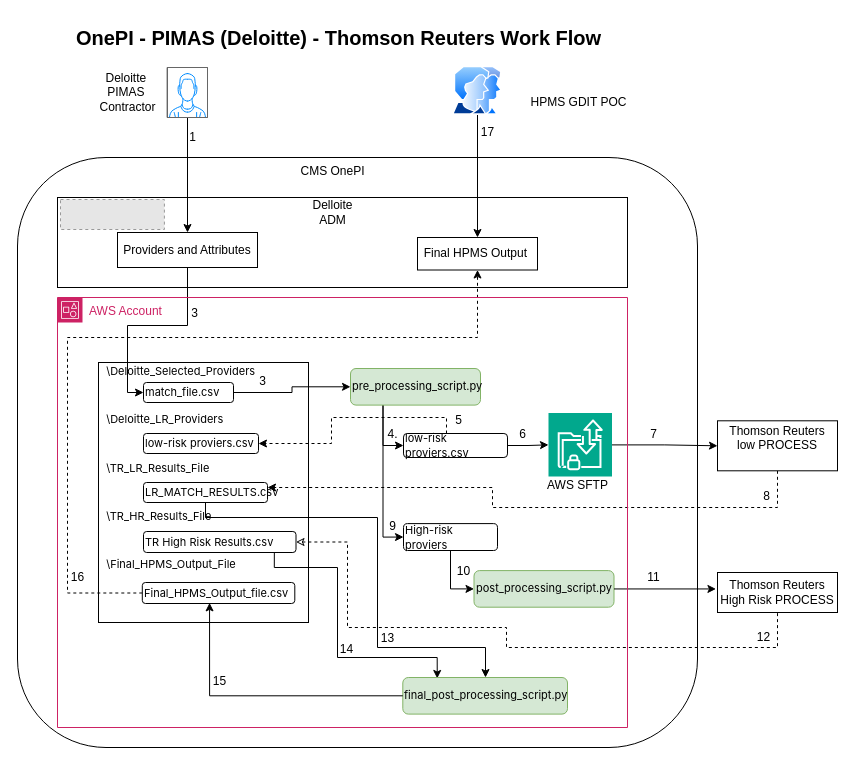
Before: v1/PIMAS.drawio in mail2tvskc/abc, a draw.io diagram. Source tidied: cells renumbered, new cells numbered last; positions are measured from the earlier drawing's top-left corner, leaving out a move shared by most shapes. Both pictures are drawn from the tidied source at 100%, with x=0, y=0 at pixel (17, 17). Pictures stored in the file or linked from it are replaced by grey dashed boxes.
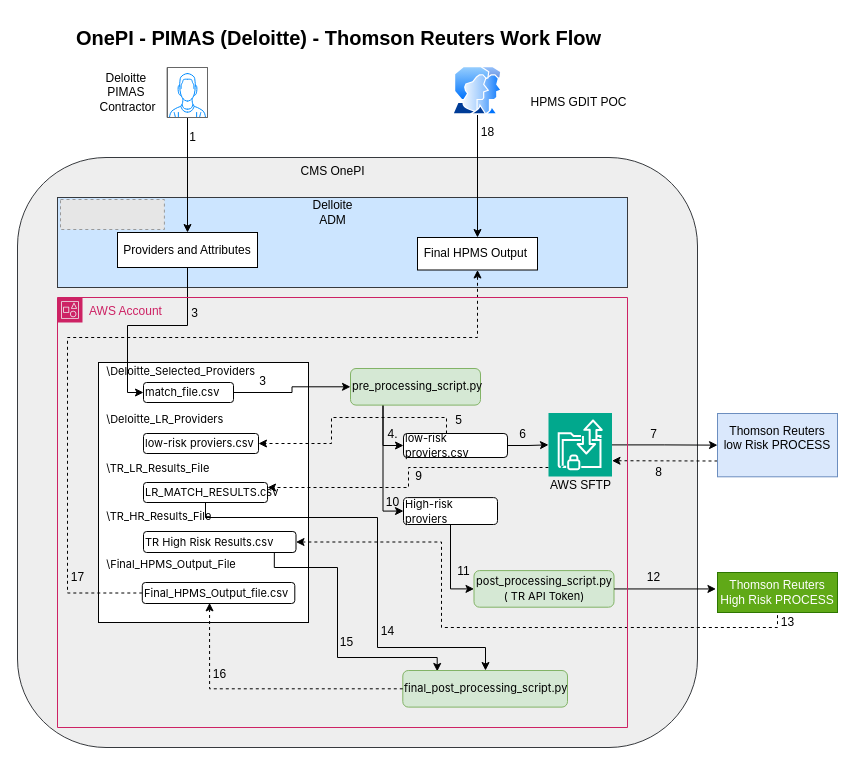
The same diagram, later.

The change refers to these unchanged cells:
```xml
<mxCell id="9" value="&lt;font face=&quot;-apple-system, BlinkMacSystemFont, Segoe UI, system-ui, Apple Color Emoji, Segoe UI Emoji, Segoe UI Web, sans-serif&quot;&gt;&lt;span style=&quot;font-size: 11px; white-space-collapse: preserve;&quot;&gt;LR_MATCH_RESULTS.csv&lt;/span&gt;&lt;/font&gt;" style="rounded=1;whiteSpace=wrap;html=1;align=left;" parent="1" vertex="1">
  <mxGeometry x="126" y="465" width="124" height="20" as="geometry" />
</mxCell>
<mxCell id="12" value="&lt;font face=&quot;-apple-system, BlinkMacSystemFont, Segoe UI, system-ui, Apple Color Emoji, Segoe UI Emoji, Segoe UI Web, sans-serif&quot;&gt;&lt;span style=&quot;font-size: 11px; white-space-collapse: preserve;&quot;&gt;TR High Risk Results.csv&lt;/span&gt;&lt;/font&gt;" style="rounded=1;whiteSpace=wrap;html=1;align=left;" parent="1" vertex="1">
  <mxGeometry x="126" y="514" width="152.5" height="21" as="geometry" />
</mxCell>
<mxCell id="13" value="&lt;font face=&quot;-apple-system, BlinkMacSystemFont, Segoe UI, system-ui, Apple Color Emoji, Segoe UI Emoji, Segoe UI Web, sans-serif&quot;&gt;&lt;span style=&quot;font-size: 11px; white-space-collapse: preserve;&quot;&gt;Final_HPMS_Output_file.csv&lt;/span&gt;&lt;/font&gt;" style="rounded=1;whiteSpace=wrap;html=1;align=left;" parent="1" vertex="1">
  <mxGeometry x="124.8" y="565" width="152.5" height="21" as="geometry" />
</mxCell>
<mxCell id="30" style="sketch=0;points=[[0,0,0],[0.25,0,0],[0.5,0,0],[0.75,0,0],[1,0,0],[0,1,0],[0.25,1,0],[0.5,1,0],[0.75,1,0],[1,1,0],[0,0.25,0],[0,0.5,0],[0,0.75,0],[1,0.25,0],[1,0.5,0],[1,0.75,0]];outlineConnect=0;fontColor=#232F3E;fillColor=#01A88D;strokeColor=#ffffff;dashed=0;verticalLabelPosition=bottom;verticalAlign=top;align=center;html=1;fontSize=12;fontStyle=0;shape=mxgraph.aws4.resourceIcon;resIcon=mxgraph.aws4.transfer_for_sftp;" parent="1" vertex="1">
  <mxGeometry x="531" y="395.6" width="63.5" height="63.5" as="geometry" />
</mxCell>
```

Diff of the diagram source:
```diff
@@
-    <mxCell id="2" style="rounded=1;whiteSpace=wrap;html=1;" parent="1" vertex="1">
+    <mxCell id="2" style="rounded=1;whiteSpace=wrap;html=1;fillColor=#eeeeee;strokeColor=#36393d;" parent="1" vertex="1">
       <mxGeometry y="140" width="680" height="590" as="geometry" />
     </mxCell>
@@
     <mxCell id="7" value="AWS SFTP" style="text;html=1;align=center;verticalAlign=middle;strokeColor=none;fillColor=none;" parent="1" vertex="1">
-      <mxGeometry x="520" y="453.3" width="80" height="30" as="geometry" />
+      <mxGeometry x="523" y="453.3" width="80" height="30" as="geometry" />
     </mxCell>
@@
-    <mxCell id="11" style="edgeStyle=orthogonalEdgeStyle;rounded=0;jettySize=auto;html=1;entryX=0.5;entryY=1;entryDx=0;entryDy=0;startArrow=classic;startFill=0;endArrow=none;dashed=1;" parent="1" edge="1" source="12" target="39">
+    <mxCell id="11" style="edgeStyle=orthogonalEdgeStyle;rounded=0;jettySize=auto;html=1;entryX=0.5;entryY=1;entryDx=0;entryDy=0;startArrow=classic;startFill=1;endArrow=none;dashed=1;" parent="1" edge="1" source="12" target="39">
       <mxGeometry relative="1" as="geometry">
         <Array as="points">
-          <mxPoint x="330" y="525" />
-          <mxPoint x="330" y="610" />
-          <mxPoint x="489" y="610" />
-          <mxPoint x="489" y="630" />
-          <mxPoint x="760" y="630" />
+          <mxPoint x="424" y="525" />
+          <mxPoint x="424" y="610" />
+          <mxPoint x="760" y="610" />
         </Array>
       </mxGeometry>
     </mxCell>
@@
-    <mxCell id="14" style="rounded=0;whiteSpace=wrap;html=1;" parent="1" vertex="1">
+    <mxCell id="14" style="rounded=0;whiteSpace=wrap;html=1;fillColor=#cce5ff;strokeColor=#36393d;" parent="1" vertex="1">
       <mxGeometry x="40" y="180" width="570" height="90" as="geometry" />
     </mxCell>
@@
     <mxCell id="27" value="&lt;span style=&quot;font-family: -apple-system, BlinkMacSystemFont, &amp;quot;Segoe UI&amp;quot;, system-ui, &amp;quot;Apple Color Emoji&amp;quot;, &amp;quot;Segoe UI Emoji&amp;quot;, &amp;quot;Segoe UI Web&amp;quot;, sans-serif; font-size: 11px; white-space-collapse: preserve;&quot;&gt;High-risk proviers&lt;/span&gt;" style="rounded=1;whiteSpace=wrap;html=1;align=left;" parent="1" vertex="1">
-      <mxGeometry x="386" y="506.1" width="94" height="26.9" as="geometry" />
+      <mxGeometry x="386" y="480.1" width="94" height="26.9" as="geometry" />
     </mxCell>
-    <mxCell id="28" value="&lt;span style=&quot;font-family: -apple-system, BlinkMacSystemFont, &amp;quot;Segoe UI&amp;quot;, system-ui, &amp;quot;Apple Color Emoji&amp;quot;, &amp;quot;Segoe UI Emoji&amp;quot;, &amp;quot;Segoe UI Web&amp;quot;, sans-serif; font-size: 11px; white-space-collapse: preserve;&quot;&gt;post_processing_script.py&lt;/span&gt;" style="rounded=1;whiteSpace=wrap;html=1;align=left;fillColor=#d5e8d4;strokeColor=#82b366;" parent="1" vertex="1">
+    <mxCell id="28" value="&lt;span style=&quot;font-family: -apple-system, BlinkMacSystemFont, &amp;quot;Segoe UI&amp;quot;, system-ui, &amp;quot;Apple Color Emoji&amp;quot;, &amp;quot;Segoe UI Emoji&amp;quot;, &amp;quot;Segoe UI Web&amp;quot;, sans-serif; font-size: 11px; white-space-collapse: preserve;&quot;&gt;post_processing_script.py&lt;/span&gt;&lt;div&gt;&lt;span style=&quot;font-family: -apple-system, BlinkMacSystemFont, &amp;quot;Segoe UI&amp;quot;, system-ui, &amp;quot;Apple Color Emoji&amp;quot;, &amp;quot;Segoe UI Emoji&amp;quot;, &amp;quot;Segoe UI Web&amp;quot;, sans-serif; font-size: 11px; white-space-collapse: preserve;&quot;&gt;( TR API Token)&lt;/span&gt;&lt;/div&gt;" style="rounded=1;whiteSpace=wrap;html=1;align=center;fillColor=#d5e8d4;strokeColor=#82b366;" parent="1" vertex="1">
       <mxGeometry x="456.5" y="553.1" width="140" height="36.6" as="geometry" />
     </mxCell>
     <mxCell id="29" value="&lt;span style=&quot;font-family: -apple-system, BlinkMacSystemFont, &amp;quot;Segoe UI&amp;quot;, system-ui, &amp;quot;Apple Color Emoji&amp;quot;, &amp;quot;Segoe UI Emoji&amp;quot;, &amp;quot;Segoe UI Web&amp;quot;, sans-serif; font-size: 11px; white-space-collapse: preserve;&quot;&gt;final_post_processing_script.py&lt;/span&gt;" style="rounded=1;whiteSpace=wrap;html=1;align=left;fillColor=#d5e8d4;strokeColor=#82b366;" parent="1" vertex="1">
-      <mxGeometry x="385.3" y="660" width="164.7" height="36.6" as="geometry" />
+      <mxGeometry x="385.3" y="653" width="164.7" height="36.6" as="geometry" />
     </mxCell>
+    <mxCell id="64" style="edgeStyle=orthogonalEdgeStyle;rounded=0;jettySize=auto;html=1;entryX=1;entryY=0.25;entryDx=0;entryDy=0;dashed=1;" parent="1" edge="1" source="30" target="9">
+      <mxGeometry relative="1" as="geometry">
+        <Array as="points">
+          <mxPoint x="391" y="450" />
+          <mxPoint x="391" y="470" />
+        </Array>
+      </mxGeometry>
+    </mxCell>
@@
-    <mxCell id="37" style="edgeStyle=orthogonalEdgeStyle;rounded=0;jettySize=auto;html=1;entryX=1;entryY=0.25;entryDx=0;entryDy=0;dashed=1;" parent="1" edge="1" source="38" target="9">
+    <mxCell id="37" style="edgeStyle=orthogonalEdgeStyle;rounded=0;jettySize=auto;html=1;entryX=1;entryY=0.75;entryDx=0;entryDy=0;dashed=1;entryPerimeter=0;exitX=0;exitY=0.75;exitDx=0;exitDy=0;" parent="1" edge="1" source="38" target="30">
       <mxGeometry relative="1" as="geometry">
         <Array as="points">
-          <mxPoint x="760" y="490" />
-          <mxPoint x="475" y="490" />
-          <mxPoint x="475" y="470" />
+          <mxPoint x="694" y="444" />
+          <mxPoint x="664" y="443" />
         </Array>
       </mxGeometry>
     </mxCell>
-    <mxCell id="38" value="Thomson Reuters&lt;div&gt;low PROCESS&lt;/div&gt;&lt;div&gt;&lt;br&gt;&lt;/div&gt;" style="rounded=0;whiteSpace=wrap;html=1;" parent="1" vertex="1">
-      <mxGeometry x="700" y="403.3" width="120" height="50" as="geometry" />
+    <mxCell id="38" value="Thomson Reuters&lt;div&gt;low Risk PROCESS&lt;/div&gt;&lt;div&gt;&lt;br&gt;&lt;/div&gt;" style="rounded=0;whiteSpace=wrap;html=1;fillColor=#dae8fc;strokeColor=#6c8ebf;" parent="1" vertex="1">
+      <mxGeometry x="700" y="396" width="120" height="63.3" as="geometry" />
     </mxCell>
-    <mxCell id="39" value="Thomson Reuters&lt;div&gt;High Risk PROCESS&lt;/div&gt;" style="rounded=0;whiteSpace=wrap;html=1;" parent="1" vertex="1">
+    <mxCell id="39" value="Thomson Reuters&lt;div&gt;High Risk PROCESS&lt;/div&gt;" style="rounded=0;whiteSpace=wrap;html=1;fillColor=#60a917;fontColor=#ffffff;strokeColor=#2D7600;" parent="1" vertex="1">
       <mxGeometry x="700" y="555" width="120" height="40" as="geometry" />
     </mxCell>
@@
-    <mxCell id="42" style="edgeStyle=orthogonalEdgeStyle;rounded=0;jettySize=auto;html=1;entryX=0.441;entryY=0.971;entryDx=0;entryDy=0;entryPerimeter=0;" parent="1" edge="1" source="29" target="13">
+    <mxCell id="42" style="edgeStyle=orthogonalEdgeStyle;rounded=0;jettySize=auto;html=1;entryX=0.441;entryY=0.971;entryDx=0;entryDy=0;entryPerimeter=0;dashed=1;" parent="1" edge="1" source="29" target="13">
       <mxGeometry relative="1" as="geometry" />
     </mxCell>
@@
-    <mxCell id="46" value="9" style="text;html=1;align=center;verticalAlign=middle;strokeColor=none;fillColor=none;" parent="1" vertex="1">
-      <mxGeometry x="360" y="494" width="30" height="30" as="geometry" />
-    </mxCell>
@@
     <mxCell id="48" value="8" style="text;html=1;align=center;verticalAlign=middle;strokeColor=none;fillColor=none;" parent="1" vertex="1">
-      <mxGeometry x="734" y="464" width="30" height="30" as="geometry" />
+      <mxGeometry x="626" y="440" width="30" height="30" as="geometry" />
     </mxCell>
-    <mxCell id="49" value="10" style="text;html=1;align=center;verticalAlign=middle;strokeColor=none;fillColor=none;" parent="1" vertex="1">
+    <mxCell id="49" value="11" style="text;html=1;align=center;verticalAlign=middle;strokeColor=none;fillColor=none;" parent="1" vertex="1">
       <mxGeometry x="425.5" y="539" width="40" height="30" as="geometry" />
     </mxCell>
-    <mxCell id="50" value="11" style="text;html=1;align=center;verticalAlign=middle;strokeColor=none;fillColor=none;" parent="1" vertex="1">
+    <mxCell id="50" value="12" style="text;html=1;align=center;verticalAlign=middle;strokeColor=none;fillColor=none;" parent="1" vertex="1">
       <mxGeometry x="616" y="545" width="40" height="30" as="geometry" />
     </mxCell>
-    <mxCell id="51" value="12" style="text;html=1;align=center;verticalAlign=middle;strokeColor=none;fillColor=none;" parent="1" vertex="1">
-      <mxGeometry x="726" y="605" width="40" height="30" as="geometry" />
+    <mxCell id="51" value="13" style="text;html=1;align=center;verticalAlign=middle;strokeColor=none;fillColor=none;" parent="1" vertex="1">
+      <mxGeometry x="750" y="589.7" width="40" height="30" as="geometry" />
     </mxCell>
-    <mxCell id="52" value="13" style="text;html=1;align=center;verticalAlign=middle;strokeColor=none;fillColor=none;" parent="1" vertex="1">
-      <mxGeometry x="350" y="606" width="40" height="30" as="geometry" />
+    <mxCell id="52" value="14" style="text;html=1;align=center;verticalAlign=middle;strokeColor=none;fillColor=none;" parent="1" vertex="1">
+      <mxGeometry x="350" y="599" width="40" height="30" as="geometry" />
     </mxCell>
-    <mxCell id="53" value="14" style="text;html=1;align=center;verticalAlign=middle;strokeColor=none;fillColor=none;" parent="1" vertex="1">
-      <mxGeometry x="309" y="617" width="40" height="30" as="geometry" />
+    <mxCell id="53" value="15" style="text;html=1;align=center;verticalAlign=middle;strokeColor=none;fillColor=none;" parent="1" vertex="1">
+      <mxGeometry x="309" y="610" width="40" height="30" as="geometry" />
     </mxCell>
-    <mxCell id="54" value="15" style="text;html=1;align=center;verticalAlign=middle;strokeColor=none;fillColor=none;" parent="1" vertex="1">
-      <mxGeometry x="182.2" y="649" width="40" height="30" as="geometry" />
+    <mxCell id="54" value="16" style="text;html=1;align=center;verticalAlign=middle;strokeColor=none;fillColor=none;" parent="1" vertex="1">
+      <mxGeometry x="182.2" y="642" width="40" height="30" as="geometry" />
     </mxCell>
-    <mxCell id="55" value="16" style="text;html=1;align=center;verticalAlign=middle;strokeColor=none;fillColor=none;" parent="1" vertex="1">
+    <mxCell id="55" value="17" style="text;html=1;align=center;verticalAlign=middle;strokeColor=none;fillColor=none;" parent="1" vertex="1">
       <mxGeometry x="40" y="545" width="40" height="30" as="geometry" />
     </mxCell>
-    <mxCell id="56" value="17" style="text;html=1;align=center;verticalAlign=middle;strokeColor=none;fillColor=none;" parent="1" vertex="1">
+    <mxCell id="56" value="18" style="text;html=1;align=center;verticalAlign=middle;strokeColor=none;fillColor=none;" parent="1" vertex="1">
       <mxGeometry x="450" y="100" width="40" height="30" as="geometry" />
     </mxCell>
-    <mxCell id="57" value="AWS Account" style="gradientColor=none;html=1;whiteSpace=wrap;fontSize=12;fontStyle=0;shape=mxgraph.aws4.group;grIcon=mxgraph.aws4.group_account;strokeColor=#CD2264;fillColor=none;verticalAlign=top;align=left;spacingLeft=30;fontColor=#CD2264;dashed=0;" parent="1" vertex="1">
-      <mxGeometry x="40" y="280" width="570" height="430" as="geometry" />
-    </mxCell>
@@
+    <mxCell id="65" value="9" style="text;html=1;align=center;verticalAlign=middle;strokeColor=none;fillColor=none;" parent="1" vertex="1">
+      <mxGeometry x="386" y="444" width="30" height="30" as="geometry" />
+    </mxCell>
+    <mxCell id="57" value="AWS Account" style="gradientColor=none;html=1;whiteSpace=wrap;fontSize=12;fontStyle=0;shape=mxgraph.aws4.group;grIcon=mxgraph.aws4.group_account;strokeColor=#CD2264;fillColor=none;verticalAlign=top;align=left;spacingLeft=30;fontColor=#CD2264;dashed=0;" parent="1" vertex="1">
+      <mxGeometry x="40" y="280" width="570" height="430" as="geometry" />
+    </mxCell>
+    <mxCell id="46" value="10" style="text;html=1;align=center;verticalAlign=middle;strokeColor=none;fillColor=none;" parent="57" vertex="1">
+      <mxGeometry x="315" y="190" width="40" height="30" as="geometry" />
+    </mxCell>
```
